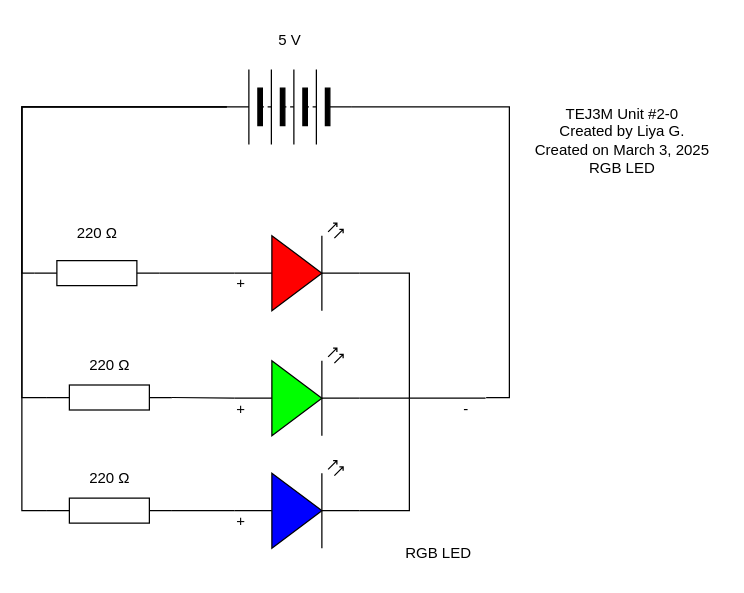
Earlier version of the draw.io diagram schematic_diagram.drawio (Liya-Getachew/TEJ3M-Unit-2-04-Arduino). Source tidied: cells renumbered, new cells numbered last; positions are measured from the earlier drawing's top-left corner, leaving out a move shared by most shapes. Both pictures are drawn from the tidied source at 125%, with x=0, y=0 at pixel (21, 21).
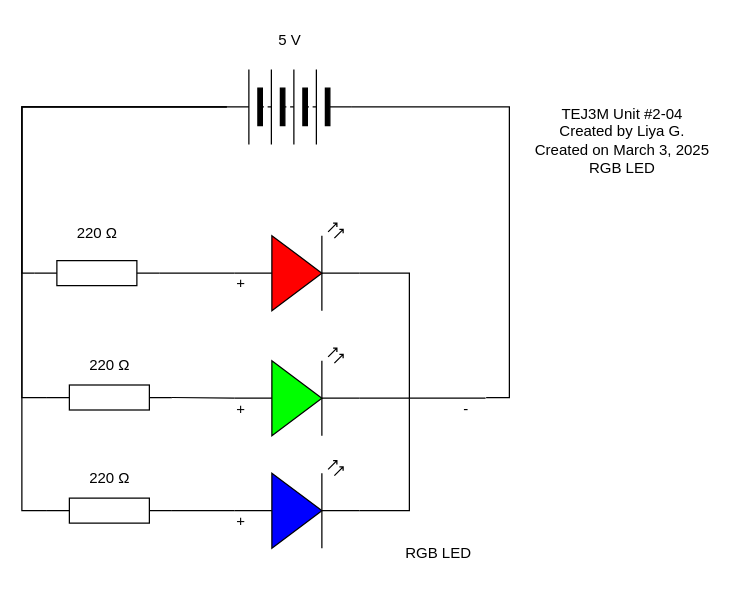
The same page after the edit.

Change to the diagram source:
```diff
@@
-    <mxCell id="29" value="TEJ3M Unit #2-0&lt;div&gt;Created by Liya G.&lt;/div&gt;&lt;div&gt;Created on March 3, 2025&lt;/div&gt;&lt;div&gt;RGB LED&lt;/div&gt;" style="text;html=1;align=center;verticalAlign=middle;strokeColor=none;fillColor=none;" parent="1" vertex="1">
+    <mxCell id="29" value="TEJ3M Unit #2-04&lt;div&gt;Created by Liya G.&lt;/div&gt;&lt;div&gt;Created on March 3, 2025&lt;/div&gt;&lt;div&gt;RGB LED&lt;/div&gt;" style="text;html=1;align=center;verticalAlign=middle;strokeColor=none;fillColor=none;" parent="1" vertex="1">
       <mxGeometry x="400" y="60" width="160" height="70" as="geometry" />
     </mxCell>
```
